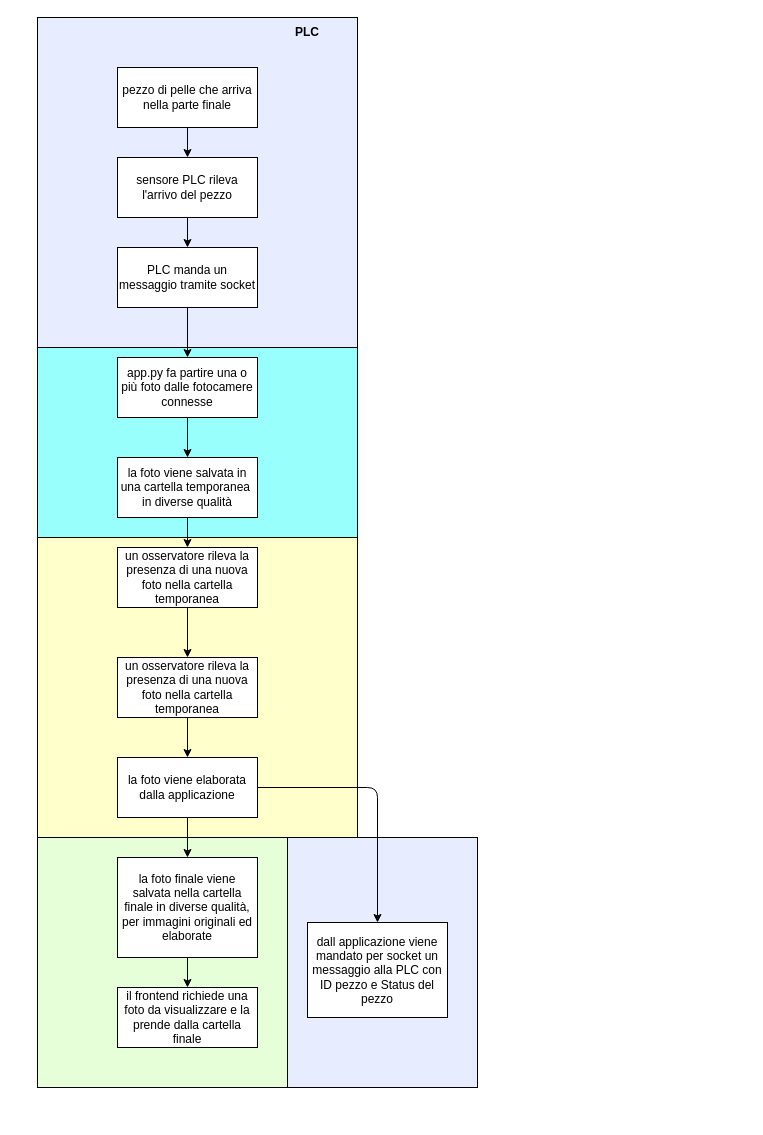
Before: docs/diagrammi di flusso/flusso di lavoro/sistema_3.drawio in erma0x/DefectRecognitorAdvanced, a draw.io diagram. Source tidied: cells renumbered, new cells numbered last; positions are measured from the earlier drawing's top-left corner, leaving out a move shared by most shapes. Both pictures are drawn from the tidied source at 100%, with x=0, y=0 at pixel (37, 17).
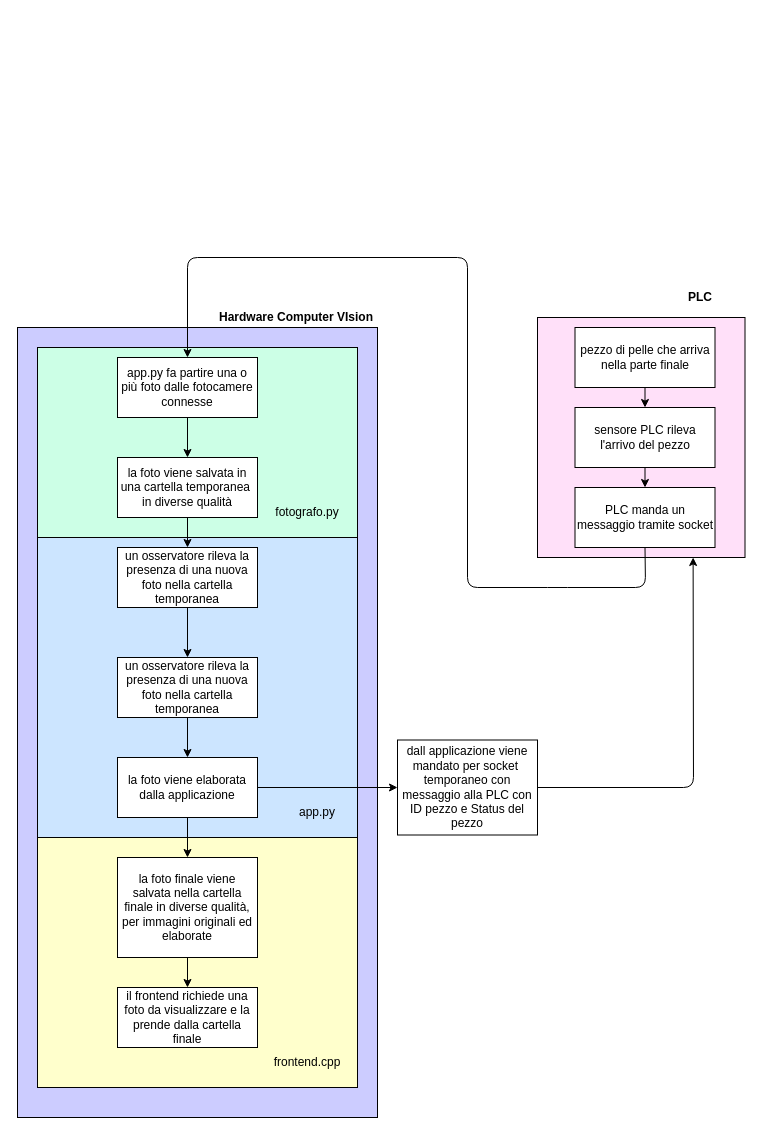
The same page after the edit.

Unchanged cells that the change refers to:
```xml
<mxCell id="14" value="app.py fa partire una o più foto dalle fotocamere connesse" style="rounded=0;whiteSpace=wrap;html=1;" parent="1" vertex="1">
  <mxGeometry x="80" y="340" width="140" height="60" as="geometry" />
</mxCell>
<mxCell id="23" value="la foto viene elaborata dalla applicazione" style="rounded=0;whiteSpace=wrap;html=1;" parent="1" vertex="1">
  <mxGeometry x="80" y="740" width="140" height="60" as="geometry" />
</mxCell>
```

Change to the diagram source:
```diff
@@
-    <mxCell id="2" style="rounded=0;whiteSpace=wrap;html=1;fillColor=#E8ECFF;" parent="1" vertex="1">
-      <mxGeometry x="250" y="820" width="190" height="250" as="geometry" />
-    </mxCell>
+    <mxCell id="29" style="rounded=0;whiteSpace=wrap;html=1;fillColor=#CCCCFF;" parent="1" vertex="1">
+      <mxGeometry x="-20" y="310" width="360" height="790" as="geometry" />
+    </mxCell>
-    <mxCell id="3" style="rounded=0;whiteSpace=wrap;html=1;fillColor=#E7FFD9;" parent="1" vertex="1">
-      <mxGeometry y="820" width="250" height="250" as="geometry" />
+    <mxCell id="3" style="rounded=0;whiteSpace=wrap;html=1;fillColor=#FFFFCC;" parent="1" vertex="1">
+      <mxGeometry y="820" width="320" height="250" as="geometry" />
     </mxCell>
-    <mxCell id="4" style="rounded=0;whiteSpace=wrap;html=1;fillColor=#FFFFCC;" parent="1" vertex="1">
+    <mxCell id="4" style="rounded=0;whiteSpace=wrap;html=1;fillColor=#CCE5FF;" parent="1" vertex="1">
       <mxGeometry y="520" width="320" height="300" as="geometry" />
     </mxCell>
-    <mxCell id="5" style="rounded=0;whiteSpace=wrap;html=1;fillColor=#99FFFC;" parent="1" vertex="1">
+    <mxCell id="5" style="rounded=0;whiteSpace=wrap;html=1;fillColor=#CCFFE6;" parent="1" vertex="1">
       <mxGeometry y="330" width="320" height="190" as="geometry" />
     </mxCell>
-    <mxCell id="6" style="rounded=0;whiteSpace=wrap;html=1;fillColor=#E8ECFF;" parent="1" vertex="1">
-      <mxGeometry width="320" height="330" as="geometry" />
+    <mxCell id="6" style="rounded=0;whiteSpace=wrap;html=1;fillColor=#FFE0F9;" parent="1" vertex="1">
+      <mxGeometry x="500" y="300" width="207.5" height="240" as="geometry" />
     </mxCell>
@@
     <mxCell id="8" value="pezzo di pelle che arriva nella parte finale" style="rounded=0;whiteSpace=wrap;html=1;" parent="1" vertex="1">
-      <mxGeometry x="80" y="50" width="140" height="60" as="geometry" />
+      <mxGeometry x="537.5" y="310" width="140" height="60" as="geometry" />
     </mxCell>
@@
     <mxCell id="10" value="sensore PLC rileva l'arrivo del pezzo" style="rounded=0;whiteSpace=wrap;html=1;" parent="1" vertex="1">
-      <mxGeometry x="80" y="140" width="140" height="60" as="geometry" />
+      <mxGeometry x="537.5" y="390" width="140" height="60" as="geometry" />
     </mxCell>
     <mxCell id="11" style="edgeStyle=none;html=1;exitX=0.5;exitY=1;exitDx=0;exitDy=0;entryX=0.5;entryY=0;entryDx=0;entryDy=0;" parent="1" edge="1" source="12" target="14">
-      <mxGeometry relative="1" as="geometry" />
+      <mxGeometry relative="1" as="geometry">
+        <Array as="points">
+          <mxPoint x="608" y="570" />
+          <mxPoint x="520" y="570" />
+          <mxPoint x="430" y="570" />
+          <mxPoint x="430" y="240" />
+          <mxPoint x="150" y="240" />
+        </Array>
+      </mxGeometry>
     </mxCell>
     <mxCell id="12" value="PLC manda un messaggio tramite socket" style="rounded=0;whiteSpace=wrap;html=1;" parent="1" vertex="1">
-      <mxGeometry x="80" y="230" width="140" height="60" as="geometry" />
+      <mxGeometry x="537.5" y="470" width="140" height="60" as="geometry" />
     </mxCell>
@@
-    <mxCell id="22" style="edgeStyle=none;html=1;exitX=1;exitY=0.5;exitDx=0;exitDy=0;entryX=0.5;entryY=0;entryDx=0;entryDy=0;" parent="1" edge="1" source="23" target="27">
-      <mxGeometry relative="1" as="geometry">
-        <Array as="points">
-          <mxPoint x="340" y="770" />
-        </Array>
-      </mxGeometry>
+    <mxCell id="22" style="edgeStyle=none;html=1;exitX=1;exitY=0.5;exitDx=0;exitDy=0;" parent="1" edge="1" source="23" target="27">
+      <mxGeometry relative="1" as="geometry" />
     </mxCell>
@@
+    <mxCell id="30" style="edgeStyle=none;html=1;exitX=1;exitY=0.5;exitDx=0;exitDy=0;entryX=0.75;entryY=1;entryDx=0;entryDy=0;" parent="1" edge="1" source="27" target="6">
+      <mxGeometry relative="1" as="geometry">
+        <Array as="points">
+          <mxPoint x="656" y="770" />
+        </Array>
+      </mxGeometry>
+    </mxCell>
-    <mxCell id="27" value="dall applicazione viene mandato per socket un messaggio alla PLC con ID pezzo e Status del pezzo" style="rounded=0;whiteSpace=wrap;html=1;" parent="1" vertex="1">
-      <mxGeometry x="270" y="905" width="140" height="95" as="geometry" />
+    <mxCell id="27" value="dall applicazione viene mandato per socket&amp;nbsp; temporaneo con messaggio alla PLC con ID pezzo e Status del pezzo" style="rounded=0;whiteSpace=wrap;html=1;" parent="1" vertex="1">
+      <mxGeometry x="360" y="722.5" width="140" height="95" as="geometry" />
     </mxCell>
     <mxCell id="28" value="&lt;b&gt;PLC&lt;/b&gt;" style="text;html=1;strokeColor=none;fillColor=none;align=center;verticalAlign=middle;whiteSpace=wrap;rounded=0;" parent="1" vertex="1">
-      <mxGeometry x="240" width="60" height="30" as="geometry" />
+      <mxGeometry x="627.5" y="260" width="70" height="40" as="geometry" />
     </mxCell>
+    <mxCell id="31" value="fotografo.py" style="text;html=1;strokeColor=none;fillColor=none;align=center;verticalAlign=middle;whiteSpace=wrap;rounded=0;" parent="1" vertex="1">
+      <mxGeometry x="240" y="480" width="60" height="30" as="geometry" />
+    </mxCell>
+    <mxCell id="32" value="app.py" style="text;html=1;strokeColor=none;fillColor=none;align=center;verticalAlign=middle;whiteSpace=wrap;rounded=0;" parent="1" vertex="1">
+      <mxGeometry x="250" y="780" width="60" height="30" as="geometry" />
+    </mxCell>
+    <mxCell id="33" value="frontend.cpp" style="text;html=1;strokeColor=none;fillColor=none;align=center;verticalAlign=middle;whiteSpace=wrap;rounded=0;" parent="1" vertex="1">
+      <mxGeometry x="240" y="1030" width="60" height="30" as="geometry" />
+    </mxCell>
+    <mxCell id="34" value="&lt;b&gt;Hardware Computer VIsion&lt;/b&gt;" style="text;html=1;strokeColor=none;fillColor=none;align=center;verticalAlign=middle;whiteSpace=wrap;rounded=0;" parent="1" vertex="1">
+      <mxGeometry x="174" y="280" width="170" height="40" as="geometry" />
+    </mxCell>
```
